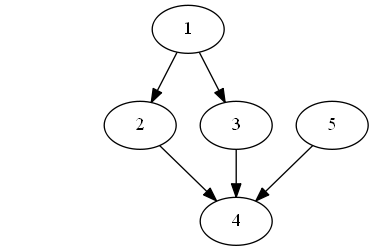
nachoSO/hipert.hg keeps this Graphviz diagram as dagToPNG/psocrates_dag4.png. Above is the earlier version. Its source is kept beside it as dags/psocrates_dag4.dot.
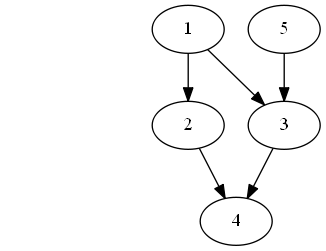
After the change.

The edit, as a diff of the source:
```diff
@@ -1,16 +1,16 @@
-digraph G2 {
-	0 [period=20, priority=60, deadline=20, map=1]
+digraph G4 {
+	0 [period=700, priority=60, deadline=700, map=1]
 	0 [label="tdg_id=0", style=invis]
 	0 [label="maxI=0", style=invis]
 	0 [label="maxT=14", style=invis]
-	1 [MIET="2894.48", MEET="3179.65", MAET="3112.63", MEM="100", UNIT="KB"]
-	2 [MIET="2358.21", MEET="2573.91", MAET="2402.34", MEM="100", UNIT="B"]
-	3 [MIET="5014.42", MEET="5424.82", MAET="5116.66", MEM="100", UNIT="MB"]
-	4 [MIET="3524.38", MEET="3692.12", MAET="3564.89", MEM="100", UNIT="B"]
-	5 [MIET="812.84", MEET="1097.86", MAET="894.21", MEM="100", UNIT="KB"]
+	1 [MIET="94.48", MEET="94.48", MAET="94.48", MEM="500", UNIT="KB"]
+	2 [MIET="58.21", MEET="58.21", MAET="58.21", MEM="500", UNIT="B"]
+	3 [MIET="14.42", MEET="14.42", MAET="14.42", MEM="500", UNIT="KB"]
+	4 [MIET="35.38", MEET="35.38", MAET="35.38", MEM="500", UNIT="B"]
+	5 [MIET="12.84", MEET="12.84", MAET="12.84", MEM="500", UNIT="KB"]
 	1 -> 2
 	1 -> 3
 	2 -> 4
 	3 -> 4
-	5 -> 4
+	5 -> 3
 }
```
